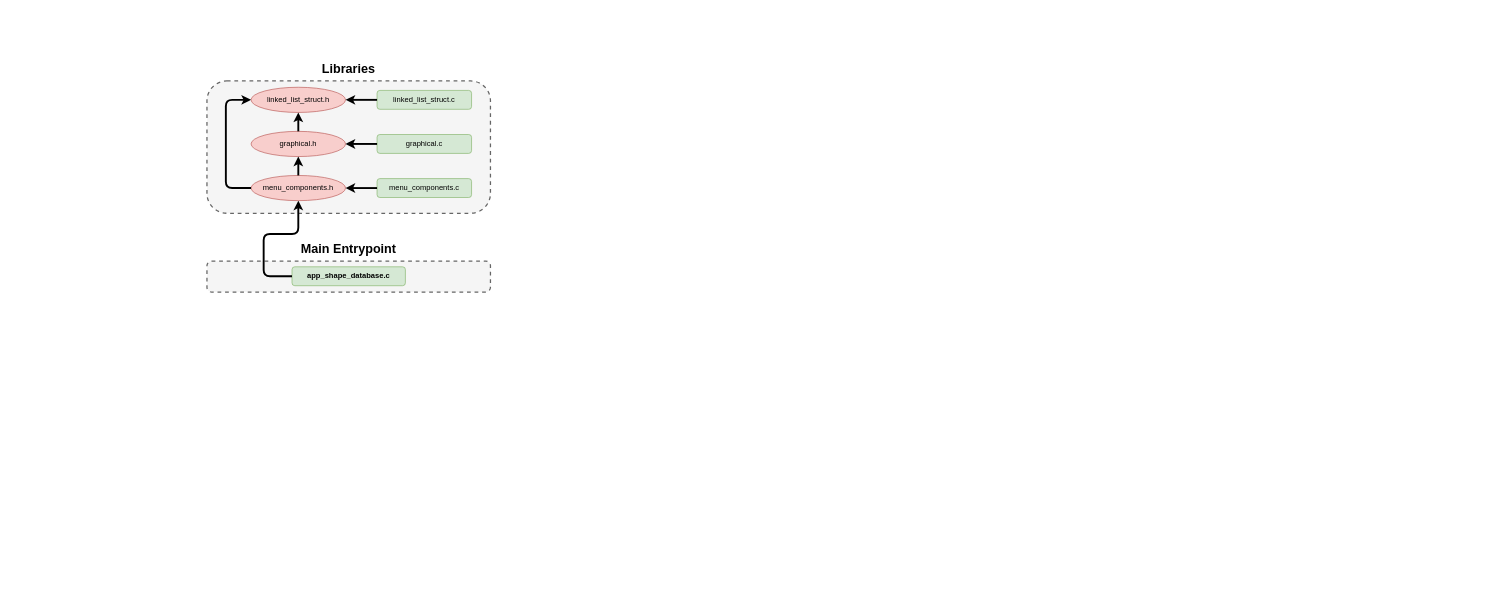
The draw.io diagram graphics/file_structure.drawio in KeeJin/Realtime-Software-Module-Minor-CA, before the edit. Source tidied: cells renumbered, new cells numbered last; positions are measured from the earlier drawing's top-left corner, leaving out a move shared by most shapes. Both pictures are drawn from the tidied source at 63%, with x=0, y=0 at pixel (207, 55).
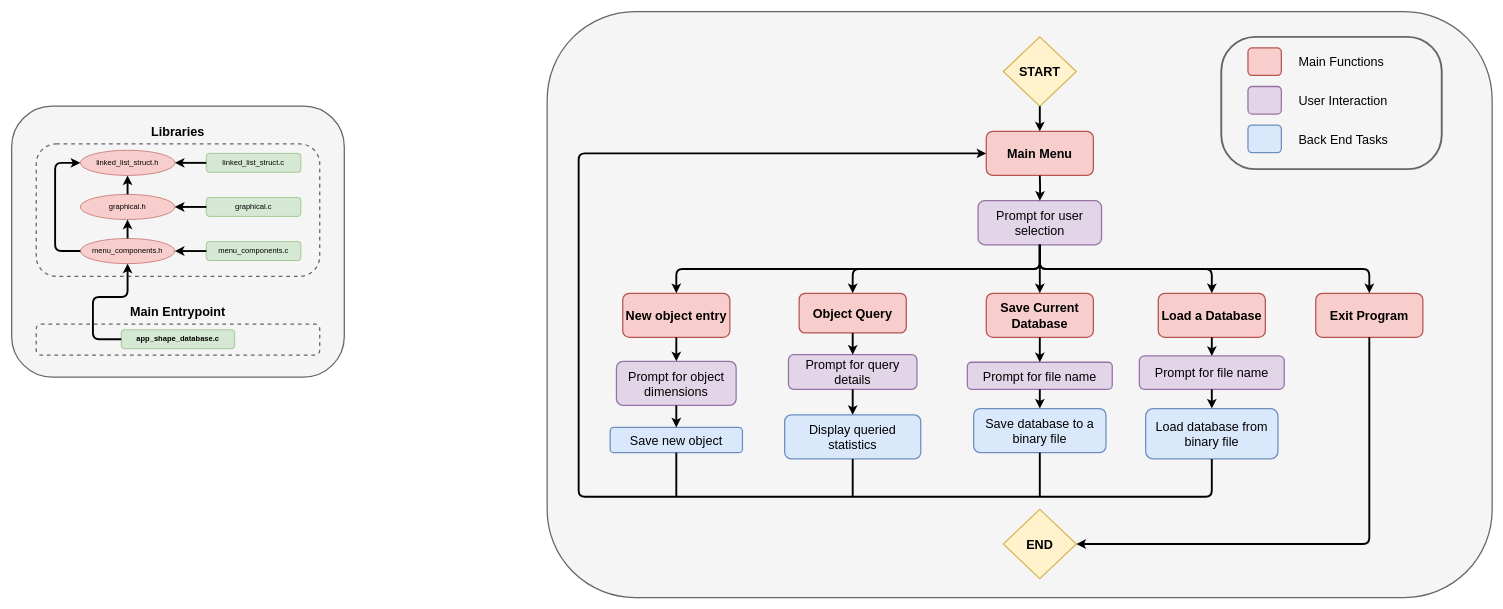
After the change.

Diff of the diagram source:
```diff
@@
+    <mxCell id="20" style="group;" parent="1" vertex="1">
+      <mxGeometry width="1301" height="840" as="geometry" />
+    </mxCell>
+    <mxCell id="21" style="group;" parent="20" vertex="1">
+      <mxGeometry x="-310" y="80" width="528" height="430" as="geometry" />
+    </mxCell>
+    <mxCell id="22" style="rounded=1;whiteSpace=wrap;html=1;fontSize=20;strokeWidth=2;fillColor=#f5f5f5;strokeColor=#666666;fontColor=#333333;" parent="21" vertex="1">
+      <mxGeometry width="528" height="430" as="geometry" />
+    </mxCell>
-    <mxCell id="2" style="rounded=1;whiteSpace=wrap;html=1;fillColor=#f5f5f5;strokeWidth=2;dashed=1;strokeColor=#666666;fontColor=#333333;" parent="1" vertex="1">
-      <mxGeometry y="40" width="450" height="210" as="geometry" />
+    <mxCell id="2" style="rounded=1;whiteSpace=wrap;html=1;fillColor=#f5f5f5;strokeWidth=2;dashed=1;strokeColor=#666666;fontColor=#333333;" parent="21" vertex="1">
+      <mxGeometry x="39" y="60" width="450" height="210" as="geometry" />
     </mxCell>
-    <mxCell id="3" style="rounded=1;whiteSpace=wrap;html=1;fillColor=#f5f5f5;strokeWidth=2;dashed=1;strokeColor=#666666;fontColor=#333333;" parent="1" vertex="1">
-      <mxGeometry y="326" width="450" height="49" as="geometry" />
+    <mxCell id="3" style="rounded=1;whiteSpace=wrap;html=1;fillColor=#f5f5f5;strokeWidth=2;dashed=1;strokeColor=#666666;fontColor=#333333;" parent="21" vertex="1">
+      <mxGeometry x="39" y="346" width="450" height="49" as="geometry" />
     </mxCell>
-    <mxCell id="4" value="linked_list_struct.c" style="rounded=1;whiteSpace=wrap;html=1;fillColor=#d5e8d4;strokeColor=#82b366;" parent="1" vertex="1">
-      <mxGeometry x="270" y="55" width="150" height="30" as="geometry" />
+    <mxCell id="4" value="linked_list_struct.c" style="rounded=1;whiteSpace=wrap;html=1;fillColor=#d5e8d4;strokeColor=#82b366;" parent="21" vertex="1">
+      <mxGeometry x="309" y="75" width="150" height="30" as="geometry" />
     </mxCell>
-    <mxCell id="5" value="linked_list_struct.h" style="ellipse;whiteSpace=wrap;html=1;fillColor=#f8cecc;strokeColor=#b85450;" parent="1" vertex="1">
-      <mxGeometry x="70" y="50" width="150" height="40" as="geometry" />
+    <mxCell id="5" value="linked_list_struct.h" style="ellipse;whiteSpace=wrap;html=1;fillColor=#f8cecc;strokeColor=#b85450;" parent="21" vertex="1">
+      <mxGeometry x="109" y="70" width="150" height="40" as="geometry" />
     </mxCell>
-    <mxCell id="6" value="graphical.c" style="rounded=1;whiteSpace=wrap;html=1;fillColor=#d5e8d4;strokeColor=#82b366;" parent="1" vertex="1">
-      <mxGeometry x="270" y="125" width="150" height="30" as="geometry" />
+    <mxCell id="6" value="graphical.c" style="rounded=1;whiteSpace=wrap;html=1;fillColor=#d5e8d4;strokeColor=#82b366;" parent="21" vertex="1">
+      <mxGeometry x="309" y="145" width="150" height="30" as="geometry" />
     </mxCell>
-    <mxCell id="7" value="graphical.h" style="ellipse;whiteSpace=wrap;html=1;fillColor=#f8cecc;strokeColor=#b85450;" parent="1" vertex="1">
-      <mxGeometry x="70" y="120" width="150" height="40" as="geometry" />
+    <mxCell id="7" value="graphical.h" style="ellipse;whiteSpace=wrap;html=1;fillColor=#f8cecc;strokeColor=#b85450;" parent="21" vertex="1">
+      <mxGeometry x="109" y="140" width="150" height="40" as="geometry" />
     </mxCell>
-    <mxCell id="8" value="menu_components.c" style="rounded=1;whiteSpace=wrap;html=1;fillColor=#d5e8d4;strokeColor=#82b366;" parent="1" vertex="1">
-      <mxGeometry x="270" y="195" width="150" height="30" as="geometry" />
+    <mxCell id="8" value="menu_components.c" style="rounded=1;whiteSpace=wrap;html=1;fillColor=#d5e8d4;strokeColor=#82b366;" parent="21" vertex="1">
+      <mxGeometry x="309" y="215" width="150" height="30" as="geometry" />
     </mxCell>
-    <mxCell id="9" value="menu_components.h" style="ellipse;whiteSpace=wrap;html=1;fillColor=#f8cecc;strokeColor=#b85450;" parent="1" vertex="1">
-      <mxGeometry x="70" y="190" width="150" height="40" as="geometry" />
+    <mxCell id="9" value="menu_components.h" style="ellipse;whiteSpace=wrap;html=1;fillColor=#f8cecc;strokeColor=#b85450;" parent="21" vertex="1">
+      <mxGeometry x="109" y="210" width="150" height="40" as="geometry" />
     </mxCell>
-    <mxCell id="10" style="endArrow=classic;html=1;rounded=1;strokeWidth=3;edgeStyle=orthogonalEdgeStyle;entryX=1;entryY=0.5;entryDx=0;entryDy=0;exitX=0;exitY=0.5;exitDx=0;exitDy=0;" parent="1" edge="1" source="4" target="5">
+    <mxCell id="10" style="endArrow=classic;html=1;rounded=1;strokeWidth=3;edgeStyle=orthogonalEdgeStyle;entryX=1;entryY=0.5;entryDx=0;entryDy=0;exitX=0;exitY=0.5;exitDx=0;exitDy=0;" parent="21" edge="1" source="4" target="5">
       <mxGeometry relative="1" as="geometry" />
     </mxCell>
-    <mxCell id="11" style="endArrow=classic;html=1;rounded=1;strokeWidth=3;edgeStyle=orthogonalEdgeStyle;exitX=0;exitY=0.5;exitDx=0;exitDy=0;entryX=1;entryY=0.5;entryDx=0;entryDy=0;" parent="1" edge="1" source="6" target="7">
+    <mxCell id="11" style="endArrow=classic;html=1;rounded=1;strokeWidth=3;edgeStyle=orthogonalEdgeStyle;exitX=0;exitY=0.5;exitDx=0;exitDy=0;entryX=1;entryY=0.5;entryDx=0;entryDy=0;" parent="21" edge="1" source="6" target="7">
       <mxGeometry relative="1" as="geometry" />
     </mxCell>
-    <mxCell id="12" style="endArrow=classic;html=1;rounded=1;strokeWidth=3;edgeStyle=orthogonalEdgeStyle;exitX=0;exitY=0.5;exitDx=0;exitDy=0;entryX=1;entryY=0.5;entryDx=0;entryDy=0;" parent="1" edge="1" source="8" target="9">
+    <mxCell id="12" style="endArrow=classic;html=1;rounded=1;strokeWidth=3;edgeStyle=orthogonalEdgeStyle;exitX=0;exitY=0.5;exitDx=0;exitDy=0;entryX=1;entryY=0.5;entryDx=0;entryDy=0;" parent="21" edge="1" source="8" target="9">
       <mxGeometry relative="1" as="geometry" />
     </mxCell>
-    <mxCell id="13" style="endArrow=classic;html=1;rounded=1;strokeWidth=3;edgeStyle=orthogonalEdgeStyle;exitX=0.5;exitY=0;exitDx=0;exitDy=0;entryX=0.5;entryY=1;entryDx=0;entryDy=0;" parent="1" edge="1" source="7" target="5">
+    <mxCell id="13" style="endArrow=classic;html=1;rounded=1;strokeWidth=3;edgeStyle=orthogonalEdgeStyle;exitX=0.5;exitY=0;exitDx=0;exitDy=0;entryX=0.5;entryY=1;entryDx=0;entryDy=0;" parent="21" edge="1" source="7" target="5">
       <mxGeometry relative="1" as="geometry" />
     </mxCell>
-    <mxCell id="14" style="endArrow=classic;html=1;rounded=1;strokeWidth=3;edgeStyle=orthogonalEdgeStyle;exitX=0;exitY=0.5;exitDx=0;exitDy=0;entryX=0;entryY=0.5;entryDx=0;entryDy=0;" parent="1" edge="1" source="9" target="5">
+    <mxCell id="14" style="endArrow=classic;html=1;rounded=1;strokeWidth=3;edgeStyle=orthogonalEdgeStyle;exitX=0;exitY=0.5;exitDx=0;exitDy=0;entryX=0;entryY=0.5;entryDx=0;entryDy=0;" parent="21" edge="1" source="9" target="5">
       <mxGeometry relative="1" as="geometry">
         <Array as="points">
-          <mxPoint x="30" y="210" />
-          <mxPoint x="30" y="70" />
+          <mxPoint x="69" y="230" />
+          <mxPoint x="69" y="90" />
         </Array>
       </mxGeometry>
     </mxCell>
-    <mxCell id="15" value="app_shape_database.c" style="rounded=1;whiteSpace=wrap;html=1;fontStyle=1;fillColor=#d5e8d4;strokeColor=#82b366;" parent="1" vertex="1">
-      <mxGeometry x="135" y="335" width="180" height="30" as="geometry" />
+    <mxCell id="15" value="app_shape_database.c" style="rounded=1;whiteSpace=wrap;html=1;fontStyle=1;fillColor=#d5e8d4;strokeColor=#82b366;" parent="21" vertex="1">
+      <mxGeometry x="174" y="355" width="180" height="30" as="geometry" />
     </mxCell>
-    <mxCell id="16" style="endArrow=classic;html=1;rounded=1;strokeWidth=3;edgeStyle=orthogonalEdgeStyle;exitX=0.5;exitY=0;exitDx=0;exitDy=0;entryX=0.5;entryY=1;entryDx=0;entryDy=0;" parent="1" edge="1" source="9" target="7">
+    <mxCell id="16" style="endArrow=classic;html=1;rounded=1;strokeWidth=3;edgeStyle=orthogonalEdgeStyle;exitX=0.5;exitY=0;exitDx=0;exitDy=0;entryX=0.5;entryY=1;entryDx=0;entryDy=0;" parent="21" edge="1" source="9" target="7">
       <mxGeometry relative="1" as="geometry" />
     </mxCell>
-    <mxCell id="17" style="endArrow=classic;html=1;rounded=1;strokeWidth=3;edgeStyle=orthogonalEdgeStyle;entryX=0.5;entryY=1;entryDx=0;entryDy=0;exitX=0;exitY=0.5;exitDx=0;exitDy=0;" parent="1" edge="1" source="15" target="9">
+    <mxCell id="17" style="endArrow=classic;html=1;rounded=1;strokeWidth=3;edgeStyle=orthogonalEdgeStyle;entryX=0.5;entryY=1;entryDx=0;entryDy=0;exitX=0;exitY=0.5;exitDx=0;exitDy=0;" parent="21" edge="1" source="15" target="9">
       <mxGeometry relative="1" as="geometry">
         <Array as="points">
-          <mxPoint x="90" y="350" />
-          <mxPoint x="90" y="283" />
-          <mxPoint x="145" y="283" />
+          <mxPoint x="129" y="370" />
+          <mxPoint x="129" y="303" />
+          <mxPoint x="184" y="303" />
         </Array>
       </mxGeometry>
     </mxCell>
-    <mxCell id="18" value="&lt;font style=&quot;font-size: 20px;&quot;&gt;&lt;b style=&quot;font-size: 20px;&quot;&gt;Libraries&lt;/b&gt;&lt;/font&gt;" style="text;html=1;strokeColor=none;fillColor=none;align=center;verticalAlign=middle;whiteSpace=wrap;rounded=0;dashed=1;fontSize=20;" parent="1" vertex="1">
-      <mxGeometry width="450" height="40" as="geometry" />
+    <mxCell id="18" value="&lt;font style=&quot;font-size: 20px;&quot;&gt;&lt;b style=&quot;font-size: 20px;&quot;&gt;Libraries&lt;/b&gt;&lt;/font&gt;" style="text;html=1;strokeColor=none;fillColor=none;align=center;verticalAlign=middle;whiteSpace=wrap;rounded=0;dashed=1;fontSize=20;" parent="21" vertex="1">
+      <mxGeometry x="39" y="20" width="450" height="40" as="geometry" />
     </mxCell>
-    <mxCell id="19" value="&lt;font style=&quot;font-size: 20px;&quot;&gt;&lt;b style=&quot;font-size: 20px;&quot;&gt;Main Entrypoint&lt;br style=&quot;font-size: 20px;&quot;&gt;&lt;/b&gt;&lt;/font&gt;" style="text;html=1;strokeColor=none;fillColor=none;align=center;verticalAlign=middle;whiteSpace=wrap;rounded=0;dashed=1;fontSize=20;" parent="1" vertex="1">
-      <mxGeometry y="286" width="450" height="40" as="geometry" />
+    <mxCell id="19" value="&lt;font style=&quot;font-size: 20px;&quot;&gt;&lt;b style=&quot;font-size: 20px;&quot;&gt;Main Entrypoint&lt;br style=&quot;font-size: 20px;&quot;&gt;&lt;/b&gt;&lt;/font&gt;" style="text;html=1;strokeColor=none;fillColor=none;align=center;verticalAlign=middle;whiteSpace=wrap;rounded=0;dashed=1;fontSize=20;" parent="21" vertex="1">
+      <mxGeometry x="39" y="306" width="450" height="40" as="geometry" />
     </mxCell>
+    <mxCell id="23" style="group;" parent="1" vertex="1">
+      <mxGeometry x="540" y="-70" width="1500" height="930" as="geometry" />
+    </mxCell>
+    <mxCell id="24" style="rounded=1;whiteSpace=wrap;html=1;fontSize=20;strokeWidth=2;fillColor=#f5f5f5;strokeColor=#666666;fontColor=#333333;" parent="23" vertex="1">
+      <mxGeometry width="1500" height="930" as="geometry" />
+    </mxCell>
+    <mxCell id="25" value="Main Menu" style="rounded=1;whiteSpace=wrap;html=1;fontSize=20;strokeWidth=2;fillColor=#f8cecc;fontStyle=1;strokeColor=#b85450;" parent="23" vertex="1">
+      <mxGeometry x="697" y="190" width="170" height="70" as="geometry" />
+    </mxCell>
+    <mxCell id="26" value="START" style="rhombus;whiteSpace=wrap;html=1;fontSize=20;strokeWidth=2;fillColor=#fff2cc;strokeColor=#d6b656;fontStyle=1;" parent="23" vertex="1">
+      <mxGeometry x="724" y="40" width="116" height="110" as="geometry" />
+    </mxCell>
+    <mxCell id="27" value="Prompt for user selection" style="rounded=1;whiteSpace=wrap;html=1;fontSize=20;strokeWidth=2;fillColor=#e1d5e7;strokeColor=#9673a6;" parent="23" vertex="1">
+      <mxGeometry x="684" y="300" width="196" height="70" as="geometry" />
+    </mxCell>
+    <mxCell id="28" value="&lt;b&gt;New object entry&lt;/b&gt;" style="rounded=1;whiteSpace=wrap;html=1;fontSize=20;strokeWidth=2;fillColor=#f8cecc;strokeColor=#b85450;" parent="23" vertex="1">
+      <mxGeometry x="120" y="447" width="170" height="70" as="geometry" />
+    </mxCell>
+    <mxCell id="29" value="Prompt for object dimensions" style="rounded=1;whiteSpace=wrap;html=1;fontSize=20;strokeWidth=2;fillColor=#e1d5e7;strokeColor=#9673a6;" parent="23" vertex="1">
+      <mxGeometry x="110" y="555" width="190" height="70" as="geometry" />
+    </mxCell>
+    <mxCell id="30" value="Save new object" style="rounded=1;whiteSpace=wrap;html=1;fontSize=20;strokeWidth=2;fillColor=#dae8fc;strokeColor=#6c8ebf;" parent="23" vertex="1">
+      <mxGeometry x="100" y="660" width="210" height="40" as="geometry" />
+    </mxCell>
+    <mxCell id="31" value="Object Query" style="rounded=1;whiteSpace=wrap;html=1;fontSize=20;strokeWidth=2;fillColor=#f8cecc;fontStyle=1;strokeColor=#b85450;" parent="23" vertex="1">
+      <mxGeometry x="400" y="447" width="170" height="63" as="geometry" />
+    </mxCell>
+    <mxCell id="32" value="Prompt for query details" style="rounded=1;whiteSpace=wrap;html=1;fontSize=20;strokeWidth=2;fillColor=#e1d5e7;strokeColor=#9673a6;" parent="23" vertex="1">
+      <mxGeometry x="383" y="544.5" width="204" height="55" as="geometry" />
+    </mxCell>
+    <mxCell id="33" value="Save Current Database" style="rounded=1;whiteSpace=wrap;html=1;fontSize=20;strokeWidth=2;fillColor=#f8cecc;fontStyle=1;strokeColor=#b85450;" parent="23" vertex="1">
+      <mxGeometry x="697" y="447" width="170" height="70" as="geometry" />
+    </mxCell>
+    <mxCell id="34" value="Prompt for file name" style="rounded=1;whiteSpace=wrap;html=1;fontSize=20;strokeWidth=2;fillColor=#e1d5e7;strokeColor=#9673a6;" parent="23" vertex="1">
+      <mxGeometry x="667" y="556.5" width="230" height="43" as="geometry" />
+    </mxCell>
+    <mxCell id="35" value="Display queried statistics" style="rounded=1;whiteSpace=wrap;html=1;fontSize=20;strokeWidth=2;fillColor=#dae8fc;strokeColor=#6c8ebf;" parent="23" vertex="1">
+      <mxGeometry x="377" y="640" width="216" height="70" as="geometry" />
+    </mxCell>
+    <mxCell id="36" value="Save database to a binary file" style="rounded=1;whiteSpace=wrap;html=1;fontSize=20;strokeWidth=2;fillColor=#dae8fc;strokeColor=#6c8ebf;" parent="23" vertex="1">
+      <mxGeometry x="677" y="630" width="210" height="70" as="geometry" />
+    </mxCell>
+    <mxCell id="37" value="Load a Database" style="rounded=1;whiteSpace=wrap;html=1;fontSize=20;strokeWidth=2;fillColor=#f8cecc;fontStyle=1;strokeColor=#b85450;" parent="23" vertex="1">
+      <mxGeometry x="970" y="447" width="170" height="70" as="geometry" />
+    </mxCell>
+    <mxCell id="38" value="Prompt for file name" style="rounded=1;whiteSpace=wrap;html=1;fontSize=20;strokeWidth=2;fillColor=#e1d5e7;strokeColor=#9673a6;" parent="23" vertex="1">
+      <mxGeometry x="940" y="546.5" width="230" height="53" as="geometry" />
+    </mxCell>
+    <mxCell id="39" value="Load database from binary file" style="rounded=1;whiteSpace=wrap;html=1;fontSize=20;strokeWidth=2;fillColor=#dae8fc;strokeColor=#6c8ebf;" parent="23" vertex="1">
+      <mxGeometry x="950" y="630" width="210" height="80" as="geometry" />
+    </mxCell>
+    <mxCell id="40" value="Exit Program" style="rounded=1;whiteSpace=wrap;html=1;fontSize=20;strokeWidth=2;fillColor=#f8cecc;fontStyle=1;strokeColor=#b85450;" parent="23" vertex="1">
+      <mxGeometry x="1220" y="447" width="170" height="70" as="geometry" />
+    </mxCell>
+    <mxCell id="41" value="END" style="rhombus;whiteSpace=wrap;html=1;fontSize=20;strokeWidth=2;fillColor=#fff2cc;strokeColor=#d6b656;fontStyle=1;" parent="23" vertex="1">
+      <mxGeometry x="724" y="790" width="116" height="110" as="geometry" />
+    </mxCell>
+    <mxCell id="42" style="endArrow=classic;html=1;rounded=1;strokeWidth=3;edgeStyle=orthogonalEdgeStyle;entryX=0.5;entryY=0;entryDx=0;entryDy=0;exitX=0.5;exitY=1;exitDx=0;exitDy=0;" parent="23" edge="1" source="26" target="25">
+      <mxGeometry relative="1" as="geometry" />
+    </mxCell>
+    <mxCell id="43" style="endArrow=classic;html=1;rounded=1;strokeWidth=3;edgeStyle=orthogonalEdgeStyle;entryX=0.5;entryY=0;entryDx=0;entryDy=0;" parent="23" edge="1" target="27">
+      <mxGeometry relative="1" as="geometry">
+        <mxPoint x="782" y="260" as="sourcePoint" />
+      </mxGeometry>
+    </mxCell>
+    <mxCell id="44" style="endArrow=classic;html=1;rounded=1;strokeWidth=3;edgeStyle=orthogonalEdgeStyle;entryX=0.5;entryY=0;entryDx=0;entryDy=0;exitX=0.5;exitY=1;exitDx=0;exitDy=0;" parent="23" edge="1" source="27" target="40">
+      <mxGeometry relative="1" as="geometry" />
+    </mxCell>
+    <mxCell id="45" style="endArrow=classic;html=1;rounded=1;strokeWidth=3;edgeStyle=orthogonalEdgeStyle;entryX=0.5;entryY=0;entryDx=0;entryDy=0;exitX=0.5;exitY=1;exitDx=0;exitDy=0;" parent="23" edge="1" source="27" target="37">
+      <mxGeometry relative="1" as="geometry" />
+    </mxCell>
+    <mxCell id="46" style="endArrow=classic;html=1;rounded=1;strokeWidth=3;edgeStyle=orthogonalEdgeStyle;entryX=0.5;entryY=0;entryDx=0;entryDy=0;exitX=0.5;exitY=1;exitDx=0;exitDy=0;" parent="23" edge="1" source="27" target="33">
+      <mxGeometry relative="1" as="geometry" />
+    </mxCell>
+    <mxCell id="47" style="endArrow=classic;html=1;rounded=1;strokeWidth=3;edgeStyle=orthogonalEdgeStyle;entryX=0.5;entryY=0;entryDx=0;entryDy=0;exitX=0.5;exitY=1;exitDx=0;exitDy=0;" parent="23" edge="1" source="27" target="31">
+      <mxGeometry relative="1" as="geometry" />
+    </mxCell>
+    <mxCell id="48" style="endArrow=classic;html=1;rounded=1;strokeWidth=3;edgeStyle=orthogonalEdgeStyle;entryX=0.5;entryY=0;entryDx=0;entryDy=0;exitX=0.5;exitY=1;exitDx=0;exitDy=0;" parent="23" edge="1" source="27" target="28">
+      <mxGeometry relative="1" as="geometry" />
+    </mxCell>
+    <mxCell id="49" style="endArrow=classic;html=1;rounded=1;strokeWidth=3;edgeStyle=orthogonalEdgeStyle;entryX=1;entryY=0.5;entryDx=0;entryDy=0;exitX=0.5;exitY=1;exitDx=0;exitDy=0;" parent="23" edge="1" source="40" target="41">
+      <mxGeometry relative="1" as="geometry" />
+    </mxCell>
+    <mxCell id="50" style="endArrow=classic;html=1;rounded=1;strokeWidth=3;edgeStyle=orthogonalEdgeStyle;entryX=0.5;entryY=0;entryDx=0;entryDy=0;exitX=0.5;exitY=1;exitDx=0;exitDy=0;" parent="23" edge="1" source="33" target="34">
+      <mxGeometry relative="1" as="geometry" />
+    </mxCell>
+    <mxCell id="51" style="endArrow=classic;html=1;rounded=1;strokeWidth=3;edgeStyle=orthogonalEdgeStyle;entryX=0.5;entryY=0;entryDx=0;entryDy=0;exitX=0.5;exitY=1;exitDx=0;exitDy=0;" parent="23" edge="1" source="34" target="36">
+      <mxGeometry relative="1" as="geometry" />
+    </mxCell>
+    <mxCell id="52" style="endArrow=classic;html=1;rounded=1;strokeWidth=3;edgeStyle=orthogonalEdgeStyle;entryX=0.5;entryY=0;entryDx=0;entryDy=0;exitX=0.5;exitY=1;exitDx=0;exitDy=0;" parent="23" edge="1" source="37" target="38">
+      <mxGeometry relative="1" as="geometry" />
+    </mxCell>
+    <mxCell id="53" style="endArrow=classic;html=1;rounded=1;strokeWidth=3;edgeStyle=orthogonalEdgeStyle;entryX=0.5;entryY=0;entryDx=0;entryDy=0;exitX=0.5;exitY=1;exitDx=0;exitDy=0;" parent="23" edge="1" source="38" target="39">
+      <mxGeometry relative="1" as="geometry" />
+    </mxCell>
+    <mxCell id="54" style="endArrow=classic;html=1;rounded=1;strokeWidth=3;edgeStyle=orthogonalEdgeStyle;entryX=0;entryY=0.5;entryDx=0;entryDy=0;exitX=0.5;exitY=1;exitDx=0;exitDy=0;" parent="23" edge="1" source="39" target="25">
+      <mxGeometry relative="1" as="geometry">
+        <Array as="points">
+          <mxPoint x="1055" y="770" />
+          <mxPoint x="50" y="770" />
+          <mxPoint x="50" y="225" />
+        </Array>
+      </mxGeometry>
+    </mxCell>
+    <mxCell id="55" style="endArrow=classic;html=1;rounded=1;strokeWidth=3;edgeStyle=orthogonalEdgeStyle;entryX=0.5;entryY=0;entryDx=0;entryDy=0;exitX=0.5;exitY=1;exitDx=0;exitDy=0;" parent="23" edge="1" source="31" target="32">
+      <mxGeometry relative="1" as="geometry" />
+    </mxCell>
+    <mxCell id="56" style="endArrow=classic;html=1;rounded=1;strokeWidth=3;edgeStyle=orthogonalEdgeStyle;entryX=0.5;entryY=0;entryDx=0;entryDy=0;exitX=0.5;exitY=1;exitDx=0;exitDy=0;" parent="23" edge="1" source="32" target="35">
+      <mxGeometry relative="1" as="geometry" />
+    </mxCell>
+    <mxCell id="57" style="endArrow=classic;html=1;rounded=1;strokeWidth=3;edgeStyle=orthogonalEdgeStyle;entryX=0.5;entryY=0;entryDx=0;entryDy=0;exitX=0.5;exitY=1;exitDx=0;exitDy=0;" parent="23" edge="1" source="28" target="29">
+      <mxGeometry relative="1" as="geometry" />
+    </mxCell>
+    <mxCell id="58" style="endArrow=classic;html=1;rounded=1;strokeWidth=3;edgeStyle=orthogonalEdgeStyle;entryX=0.5;entryY=0;entryDx=0;entryDy=0;exitX=0.5;exitY=1;exitDx=0;exitDy=0;" parent="23" edge="1" source="29" target="30">
+      <mxGeometry relative="1" as="geometry" />
+    </mxCell>
+    <mxCell id="59" style="endArrow=none;html=1;rounded=1;fontSize=20;strokeWidth=3;entryX=0.5;entryY=1;entryDx=0;entryDy=0;" parent="23" edge="1" target="30">
+      <mxGeometry relative="1" as="geometry">
+        <mxPoint x="205" y="770" as="sourcePoint" />
+      </mxGeometry>
+    </mxCell>
+    <mxCell id="60" style="endArrow=none;html=1;rounded=1;fontSize=20;strokeWidth=3;entryX=0.5;entryY=1;entryDx=0;entryDy=0;" parent="23" edge="1" target="35">
+      <mxGeometry relative="1" as="geometry">
+        <mxPoint x="485" y="770" as="sourcePoint" />
+      </mxGeometry>
+    </mxCell>
+    <mxCell id="61" style="endArrow=none;html=1;rounded=1;fontSize=20;strokeWidth=3;entryX=0.5;entryY=1;entryDx=0;entryDy=0;" parent="23" edge="1" target="36">
+      <mxGeometry relative="1" as="geometry">
+        <mxPoint x="782" y="770" as="sourcePoint" />
+      </mxGeometry>
+    </mxCell>
+    <mxCell id="62" style="group;" parent="23" vertex="1">
+      <mxGeometry x="1070" y="40" width="350" height="210" as="geometry" />
+    </mxCell>
+    <mxCell id="63" style="rounded=1;whiteSpace=wrap;html=1;fontSize=20;strokeWidth=3;fillColor=#f5f5f5;strokeColor=#666666;fontColor=#333333;arcSize=26;" parent="62" vertex="1">
+      <mxGeometry width="350" height="210" as="geometry" />
+    </mxCell>
+    <mxCell id="64" style="rounded=1;whiteSpace=wrap;html=1;fontSize=20;strokeWidth=2;fillColor=#f8cecc;strokeColor=#b85450;" parent="62" vertex="1">
+      <mxGeometry x="42.4" y="17.5" width="53" height="43.8" as="geometry" />
+    </mxCell>
+    <mxCell id="65" style="rounded=1;whiteSpace=wrap;html=1;fontSize=20;strokeWidth=2;fillColor=#e1d5e7;strokeColor=#9673a6;" parent="62" vertex="1">
+      <mxGeometry x="42.4" y="78.8" width="53" height="43.8" as="geometry" />
+    </mxCell>
+    <mxCell id="66" style="rounded=1;whiteSpace=wrap;html=1;fontSize=20;strokeWidth=2;fillColor=#dae8fc;strokeColor=#6c8ebf;" parent="62" vertex="1">
+      <mxGeometry x="42.4" y="140" width="53" height="43.8" as="geometry" />
+    </mxCell>
+    <mxCell id="67" value="Main Functions" style="text;html=1;strokeColor=none;fillColor=none;align=left;verticalAlign=middle;whiteSpace=wrap;rounded=0;fontSize=20;" parent="62" vertex="1">
+      <mxGeometry x="120.9" y="26.2" width="201.5" height="26.2" as="geometry" />
+    </mxCell>
+    <mxCell id="68" value="User Interaction" style="text;html=1;strokeColor=none;fillColor=none;align=left;verticalAlign=middle;whiteSpace=wrap;rounded=0;fontSize=20;" parent="62" vertex="1">
+      <mxGeometry x="120.9" y="87.5" width="201.5" height="26.2" as="geometry" />
+    </mxCell>
+    <mxCell id="69" value="Back End Tasks" style="text;html=1;strokeColor=none;fillColor=none;align=left;verticalAlign=middle;whiteSpace=wrap;rounded=0;fontSize=20;" parent="62" vertex="1">
+      <mxGeometry x="120.9" y="148.8" width="201.5" height="26.2" as="geometry" />
+    </mxCell>
```
